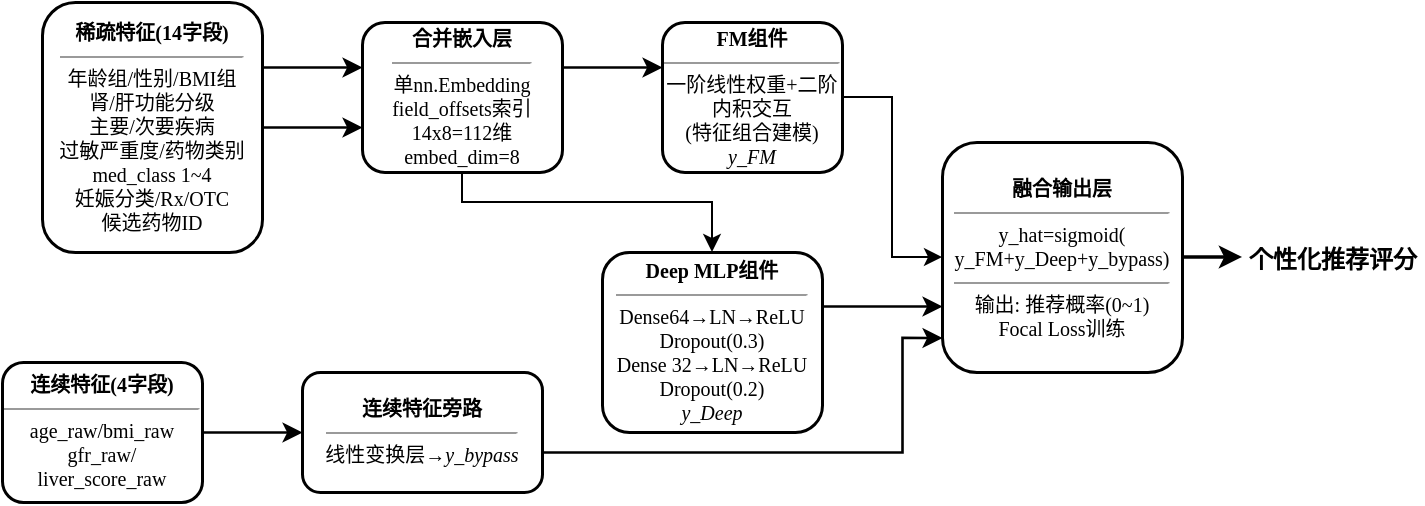
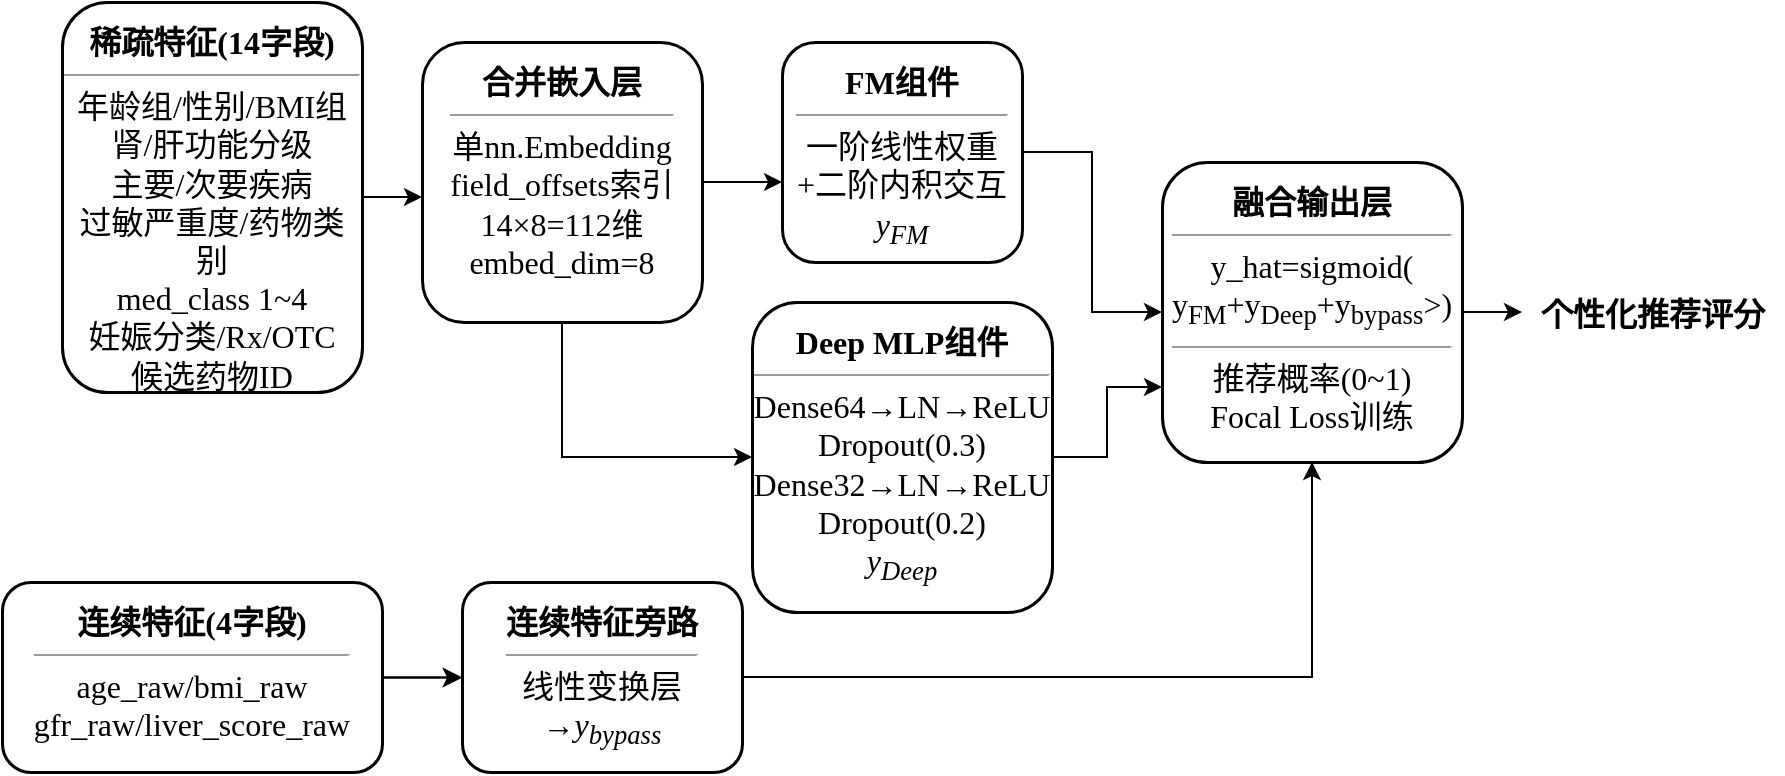
<mxfile host="Electron">
  <diagram name="DeepFM-Architecture" id="0">
-     <mxGraphModel dx="855" dy="548" grid="1" gridSize="10" guides="1" tooltips="1" connect="1" arrows="1" fold="1" page="1" pageScale="1" pageWidth="1100" pageHeight="420" background="#ffffff" math="0" shadow="0">
+     <mxGraphModel dx="1228" dy="781" grid="1" gridSize="10" guides="1" tooltips="1" connect="1" arrows="1" fold="1" page="1" pageScale="1" pageWidth="1100" pageHeight="480" background="#ffffff" math="0" shadow="0">
      <root>
        <mxCell id="0" />
        <mxCell id="1" parent="0" />
-         <mxCell id="sparse" parent="1" style="rounded=1;whiteSpace=wrap;html=1;fillColor=#ffffff;strokeColor=#000000;strokeWidth=1.5;fontSize=10;fontColor=#000000;align=center;" value="&lt;font face=&quot;SimHei&quot;&gt;&lt;b&gt;稀疏特征(14字段)&lt;/b&gt;&lt;/font&gt;&lt;hr size=&quot;1&quot;&gt;&lt;font face=&quot;SimHei&quot;&gt;年龄组/性别/BMI组&lt;br&gt;肾/肝功能分级&lt;br&gt;主要/次要疾病&lt;br&gt;过敏严重度/药物类别&lt;br&gt;med_class 1~4&lt;br&gt;妊娠分类/Rx/OTC&lt;br&gt;候选药物ID&lt;/font&gt;" vertex="1">
-           <mxGeometry height="125" width="110" x="70" y="70" as="geometry" />
-         </mxCell>
-         <mxCell id="d8uPi5ELxlBnZMpfGWXu-8" edge="1" parent="1" source="emb" style="edgeStyle=orthogonalEdgeStyle;rounded=0;orthogonalLoop=1;jettySize=auto;html=1;strokeColor=light-dark(#000000,#000000);" target="deep">
+         <mxCell id="SbaClca-6y742G3bcGGs-3" edge="1" parent="1" source="sparse" style="edgeStyle=orthogonalEdgeStyle;rounded=0;orthogonalLoop=1;jettySize=auto;html=1;strokeColor=light-dark(#000000,#000000);" target="emb" value="">
          <mxGeometry relative="1" as="geometry">
            <Array as="points">
-               <mxPoint x="280" y="170" />
-               <mxPoint x="405" y="170" />
+               <mxPoint x="210" y="118" />
+               <mxPoint x="210" y="118" />
            </Array>
          </mxGeometry>
        </mxCell>
-         <mxCell id="emb" parent="1" style="rounded=1;whiteSpace=wrap;html=1;fillColor=#ffffff;strokeColor=#000000;strokeWidth=1.5;fontSize=10;fontColor=#000000;align=center;" value="&lt;font face=&quot;SimHei&quot;&gt;&lt;b&gt;合并嵌入层&lt;/b&gt;&lt;/font&gt;&lt;hr size=&quot;1&quot;&gt;&lt;font face=&quot;SimHei&quot;&gt;单nn.Embedding&lt;br&gt;field_offsets索引&lt;br&gt;14x8=112维&lt;br&gt;embed_dim=8&lt;/font&gt;" vertex="1">
-           <mxGeometry height="75" width="100" x="230" y="80" as="geometry" />
+         <mxCell id="sparse" parent="1" style="rounded=1;whiteSpace=wrap;html=1;fillColor=#ffffff;strokeColor=#000000;strokeWidth=1.5;fontColor=#000000;align=center;verticalAlign=top;spacingTop=4;" value="&lt;font face=&quot;SimHei&quot; style=&quot;font-size: 16px;&quot;&gt;&lt;b&gt;稀疏特征(14字段)&lt;/b&gt;&lt;/font&gt;&lt;hr size=&quot;1&quot;&gt;&lt;font face=&quot;SimHei&quot; style=&quot;font-size: 16px;&quot;&gt;年龄组/性别/BMI组&lt;br&gt;肾/肝功能分级&lt;br&gt;主要/次要疾病&lt;br&gt;过敏严重度/药物类别&lt;br&gt;med_class 1~4&lt;br&gt;妊娠分类/Rx/OTC&lt;br&gt;候选药物ID&lt;/font&gt;" vertex="1">
+           <mxGeometry height="195" width="150" x="60" y="20" as="geometry" />
        </mxCell>
-         <mxCell id="d8uPi5ELxlBnZMpfGWXu-2" edge="1" parent="1" source="fm" style="edgeStyle=orthogonalEdgeStyle;rounded=0;orthogonalLoop=1;jettySize=auto;html=1;strokeColor=#000000;" target="output" value="">
+         <mxCell id="SbaClca-6y742G3bcGGs-1" edge="1" parent="1" source="emb" style="edgeStyle=orthogonalEdgeStyle;rounded=0;orthogonalLoop=1;jettySize=auto;html=1;exitX=0.5;exitY=1;exitDx=0;exitDy=0;entryX=0;entryY=0.5;entryDx=0;entryDy=0;strokeColor=#000000;" target="deep">
          <mxGeometry relative="1" as="geometry" />
        </mxCell>
-         <mxCell id="fm" parent="1" style="rounded=1;whiteSpace=wrap;html=1;fillColor=#ffffff;strokeColor=#000000;strokeWidth=1.5;fontSize=10;fontColor=#000000;align=center;" value="&lt;font face=&quot;SimHei&quot;&gt;&lt;b&gt;FM组件&lt;/b&gt;&lt;/font&gt;&lt;hr size=&quot;1&quot;&gt;&lt;font face=&quot;SimHei&quot;&gt;一阶线性权重+二阶内积交互&lt;br&gt;(特征组合建模)&lt;br&gt;&lt;i&gt;y_FM&lt;/i&gt;&lt;/font&gt;" vertex="1">
-           <mxGeometry height="75" width="90" x="380" y="80" as="geometry" />
-         </mxCell>
-         <mxCell id="deep" parent="1" style="rounded=1;whiteSpace=wrap;html=1;fillColor=#ffffff;strokeColor=#000000;strokeWidth=1.5;fontSize=10;fontColor=#000000;align=center;" value="&lt;font face=&quot;SimHei&quot;&gt;&lt;b&gt;Deep MLP组件&lt;/b&gt;&lt;/font&gt;&lt;hr size=&quot;1&quot;&gt;&lt;font face=&quot;SimHei&quot;&gt;Dense64→LN→ReLU&lt;br&gt;Dropout(0.3)&lt;br&gt;Dense 32→LN→ReLU&lt;br&gt;Dropout(0.2)&lt;br&gt;&lt;i&gt;y_Deep&lt;/i&gt;&lt;/font&gt;" vertex="1">
-           <mxGeometry height="90" width="110" x="350" y="195" as="geometry" />
-         </mxCell>
-         <mxCell id="dense" parent="1" style="rounded=1;whiteSpace=wrap;html=1;fillColor=#ffffff;strokeColor=#000000;strokeWidth=1.5;fontSize=10;fontColor=#000000;align=center;" value="&lt;font face=&quot;SimHei&quot;&gt;&lt;b&gt;连续特征(4字段)&lt;/b&gt;&lt;/font&gt;&lt;hr size=&quot;1&quot;&gt;&lt;font face=&quot;SimHei&quot;&gt;age_raw/bmi_raw&lt;br&gt;gfr_raw/ liver_score_raw&lt;/font&gt;" vertex="1">
-           <mxGeometry height="70" width="100" x="50" y="250" as="geometry" />
-         </mxCell>
-         <mxCell id="bypass" parent="1" style="rounded=1;whiteSpace=wrap;html=1;fillColor=#ffffff;strokeColor=#000000;strokeWidth=1.5;fontSize=10;fontColor=#000000;align=center;" value="&lt;font face=&quot;SimHei&quot;&gt;&lt;b&gt;连续特征旁路&lt;/b&gt;&lt;/font&gt;&lt;hr size=&quot;1&quot;&gt;&lt;font face=&quot;SimHei&quot;&gt;线性变换层→&lt;i&gt;y_bypass&lt;/i&gt;&lt;/font&gt;" vertex="1">
-           <mxGeometry height="60" width="120" x="200" y="255" as="geometry" />
-         </mxCell>
-         <mxCell id="output" parent="1" style="rounded=1;whiteSpace=wrap;html=1;fillColor=#ffffff;strokeColor=#000000;strokeWidth=1.5;fontSize=10;fontColor=#000000;align=center;" value="&lt;font face=&quot;SimHei&quot;&gt;&lt;b&gt;融合输出层&lt;/b&gt;&lt;/font&gt;&lt;hr size=&quot;1&quot;&gt;&lt;font face=&quot;SimHei&quot;&gt;y_hat=sigmoid(&lt;br&gt;  y_FM+y_Deep+y_bypass)&lt;/font&gt;&lt;hr size=&quot;1&quot;&gt;&lt;font face=&quot;SimHei&quot;&gt;输出: 推荐概率(0~1)&lt;br&gt;Focal Loss训练&lt;/font&gt;" vertex="1">
-           <mxGeometry height="115" width="120" x="520" y="140" as="geometry" />
-         </mxCell>
-         <mxCell id="pred" parent="1" style="text;html=1;fontSize=12;fontColor=#000000;align=center;" value="&lt;font face=&quot;SimHei&quot;&gt;&lt;b&gt;个性化推荐评分&lt;/b&gt;&lt;/font&gt;" vertex="1">
-           <mxGeometry height="25" width="90" x="670" y="185" as="geometry" />
-         </mxCell>
-         <mxCell id="e_s2e_2" edge="1" parent="1" source="sparse" style="edgeStyle=orthogonalEdgeStyle;rounded=0;orthogonalLoop=1;jettySize=auto;html=1;strokeColor=#000000;strokeWidth=1.3;exitX=1;exitY=0.5;exitDx=0;exitDy=0;entryX=0;entryY=0.7;entryDx=0;entryDy=0;" target="emb">
-           <mxGeometry relative="1" as="geometry" />
-         </mxCell>
-         <mxCell id="e_d2b" edge="1" parent="1" source="dense" style="edgeStyle=orthogonalEdgeStyle;rounded=0;orthogonalLoop=1;jettySize=auto;html=1;strokeColor=#000000;strokeWidth=1.3;exitX=1;exitY=0.5;exitDx=0;exitDy=0;entryX=0;entryY=0.5;entryDx=0;entryDy=0;" target="bypass">
-           <mxGeometry relative="1" as="geometry" />
-         </mxCell>
-         <mxCell id="e_e2f" edge="1" parent="1" source="emb" style="edgeStyle=orthogonalEdgeStyle;rounded=0;orthogonalLoop=1;jettySize=auto;html=1;strokeColor=#000000;strokeWidth=1.3;exitX=1;exitY=0.3;exitDx=0;exitDy=0;entryX=0;entryY=0.3;entryDx=0;entryDy=0;" target="fm">
-           <mxGeometry relative="1" as="geometry" />
-         </mxCell>
-         <mxCell id="e_s2e_1" edge="1" parent="1" source="sparse" style="edgeStyle=orthogonalEdgeStyle;rounded=0;orthogonalLoop=1;jettySize=auto;html=1;strokeColor=#000000;strokeWidth=1.3;exitX=1;exitY=0.26;exitDx=0;exitDy=0;entryX=0;entryY=0.3;entryDx=0;entryDy=0;" target="emb">
-           <mxGeometry relative="1" as="geometry" />
-         </mxCell>
-         <mxCell id="e_d2o" edge="1" parent="1" source="deep" style="edgeStyle=orthogonalEdgeStyle;rounded=0;orthogonalLoop=1;jettySize=auto;html=1;strokeColor=#000000;strokeWidth=1.3;exitX=1;exitY=0.3;exitDx=0;exitDy=0;entryX=0;entryY=0.713;entryDx=0;entryDy=0;" target="output">
-           <mxGeometry relative="1" as="geometry" />
-         </mxCell>
-         <mxCell id="e_b2o" edge="1" parent="1" source="bypass" style="edgeStyle=orthogonalEdgeStyle;rounded=0;orthogonalLoop=1;jettySize=auto;html=1;strokeColor=#000000;strokeWidth=1.3;exitX=1;exitY=0.5;exitDx=0;exitDy=0;entryX=0;entryY=0.85;entryDx=0;entryDy=0;" target="output">
+         <mxCell id="SbaClca-6y742G3bcGGs-4" edge="1" parent="1" source="emb" style="edgeStyle=orthogonalEdgeStyle;rounded=0;orthogonalLoop=1;jettySize=auto;html=1;strokeColor=#000000;" target="fm" value="">
          <mxGeometry relative="1" as="geometry">
            <Array as="points">
-               <mxPoint x="320" y="295" />
-               <mxPoint x="500" y="295" />
-               <mxPoint x="500" y="238" />
+               <mxPoint x="410" y="110" />
+               <mxPoint x="410" y="110" />
            </Array>
          </mxGeometry>
        </mxCell>
-         <mxCell id="e_o2p" edge="1" parent="1" source="output" style="edgeStyle=orthogonalEdgeStyle;rounded=0;orthogonalLoop=1;jettySize=auto;html=1;strokeColor=#000000;strokeWidth=1.8;exitX=1;exitY=0.5;exitDx=0;exitDy=0;entryX=0;entryY=0.5;entryDx=0;entryDy=0;endArrow=classic;endFill=1;" target="pred">
+         <mxCell id="emb" parent="1" style="rounded=1;whiteSpace=wrap;html=1;fillColor=#ffffff;strokeColor=light-dark(#000000,#000000);strokeWidth=1.5;fontColor=#000000;align=center;verticalAlign=top;spacingTop=4;" value="&lt;font face=&quot;SimHei&quot; style=&quot;font-size: 16px;&quot;&gt;&lt;b&gt;合并嵌入层&lt;/b&gt;&lt;/font&gt;&lt;hr size=&quot;1&quot;&gt;&lt;font face=&quot;SimHei&quot; style=&quot;font-size: 16px;&quot;&gt;单nn.Embedding&lt;br&gt;field_offsets索引&lt;br&gt;14×8=112维&lt;br&gt;embed_dim=8&lt;/font&gt;" vertex="1">
+           <mxGeometry height="140" width="140" x="240" y="40" as="geometry" />
+         </mxCell>
+         <mxCell id="SbaClca-6y742G3bcGGs-6" edge="1" parent="1" source="fm" style="edgeStyle=orthogonalEdgeStyle;rounded=0;orthogonalLoop=1;jettySize=auto;html=1;entryX=0;entryY=0.5;entryDx=0;entryDy=0;strokeColor=#000000;" target="output">
+           <mxGeometry relative="1" as="geometry" />
+         </mxCell>
+         <mxCell id="fm" parent="1" style="rounded=1;whiteSpace=wrap;html=1;fillColor=#ffffff;strokeColor=#000000;strokeWidth=1.5;fontColor=#000000;align=center;verticalAlign=top;spacingTop=4;" value="&lt;font face=&quot;SimHei&quot; style=&quot;font-size: 16px;&quot;&gt;&lt;b&gt;FM组件&lt;/b&gt;&lt;/font&gt;&lt;hr size=&quot;1&quot;&gt;&lt;font face=&quot;SimHei&quot; style=&quot;font-size: 16px;&quot;&gt;一阶线性权重&lt;br&gt;+二阶内积交互&lt;br&gt;&lt;i style=&quot;&quot;&gt;y&lt;sub style=&quot;&quot;&gt;FM&lt;/sub&gt;&lt;/i&gt;&lt;/font&gt;" vertex="1">
+           <mxGeometry height="110" width="120" x="420" y="40" as="geometry" />
+         </mxCell>
+         <mxCell id="SbaClca-6y742G3bcGGs-11" edge="1" parent="1" source="deep" style="edgeStyle=orthogonalEdgeStyle;rounded=0;orthogonalLoop=1;jettySize=auto;html=1;entryX=0;entryY=0.75;entryDx=0;entryDy=0;strokeColor=#000000;" target="output">
+           <mxGeometry relative="1" as="geometry" />
+         </mxCell>
+         <mxCell id="deep" parent="1" style="rounded=1;whiteSpace=wrap;html=1;fillColor=#ffffff;strokeColor=#000000;strokeWidth=1.5;fontColor=#000000;align=center;verticalAlign=top;spacingTop=4;" value="&lt;font face=&quot;SimHei&quot; style=&quot;font-size: 16px;&quot;&gt;&lt;b&gt;Deep MLP组件&lt;/b&gt;&lt;/font&gt;&lt;hr size=&quot;1&quot;&gt;&lt;font face=&quot;SimHei&quot; style=&quot;font-size: 16px;&quot;&gt;Dense64→LN→ReLU&lt;br&gt;Dropout(0.3)&lt;br&gt;Dense32→LN→ReLU&lt;br&gt;Dropout(0.2)&lt;br&gt;&lt;i style=&quot;&quot;&gt;y&lt;sub style=&quot;&quot;&gt;Deep&lt;/sub&gt;&lt;/i&gt;&lt;/font&gt;" vertex="1">
+           <mxGeometry height="155" width="150" x="405" y="170" as="geometry" />
+         </mxCell>
+         <mxCell id="dense" parent="1" style="rounded=1;whiteSpace=wrap;html=1;fillColor=#ffffff;strokeColor=#000000;strokeWidth=1.5;fontColor=#000000;align=center;verticalAlign=top;spacingTop=4;" value="&lt;font face=&quot;SimHei&quot; style=&quot;font-size: 16px;&quot;&gt;&lt;b&gt;连续特征(4字段)&lt;/b&gt;&lt;/font&gt;&lt;hr size=&quot;1&quot;&gt;&lt;font style=&quot;font-size: 16px;&quot;&gt;&lt;font face=&quot;SimHei&quot; style=&quot;&quot;&gt;age_raw/bmi_raw&lt;br&gt;gfr_raw/liver_score_ra&lt;/font&gt;&lt;font face=&quot;SimHei&quot; style=&quot;&quot;&gt;w&lt;/font&gt;&lt;/font&gt;" vertex="1">
+           <mxGeometry height="95" width="190" x="30" y="310" as="geometry" />
+         </mxCell>
+         <mxCell id="SbaClca-6y742G3bcGGs-7" edge="1" parent="1" source="bypass" style="edgeStyle=orthogonalEdgeStyle;rounded=0;orthogonalLoop=1;jettySize=auto;html=1;entryX=0.5;entryY=1;entryDx=0;entryDy=0;strokeColor=#000000;" target="output">
+           <mxGeometry relative="1" as="geometry" />
+         </mxCell>
+         <mxCell id="bypass" parent="1" style="rounded=1;whiteSpace=wrap;html=1;fillColor=#ffffff;strokeColor=#000000;strokeWidth=1.5;fontColor=#000000;align=center;verticalAlign=top;spacingTop=4;" value="&lt;font face=&quot;SimHei&quot; style=&quot;font-size: 16px;&quot;&gt;&lt;b&gt;连续特征旁路&lt;/b&gt;&lt;/font&gt;&lt;hr size=&quot;1&quot;&gt;&lt;font face=&quot;SimHei&quot; style=&quot;font-size: 16px;&quot;&gt;线性变换层&lt;br&gt;→&lt;i style=&quot;&quot;&gt;y&lt;sub style=&quot;&quot;&gt;bypass&lt;/sub&gt;&lt;/i&gt;&lt;/font&gt;" vertex="1">
+           <mxGeometry height="95" width="140" x="260" y="310" as="geometry" />
+         </mxCell>
+         <mxCell id="SbaClca-6y742G3bcGGs-9" edge="1" parent="1" source="output" style="edgeStyle=orthogonalEdgeStyle;rounded=0;orthogonalLoop=1;jettySize=auto;html=1;strokeColor=#000000;" target="pred">
+           <mxGeometry relative="1" as="geometry" />
+         </mxCell>
+         <mxCell id="output" parent="1" style="rounded=1;whiteSpace=wrap;html=1;fillColor=#ffffff;strokeColor=#000000;strokeWidth=1.5;fontColor=#000000;align=center;verticalAlign=top;spacingTop=4;" value="&lt;font face=&quot;SimHei&quot; style=&quot;font-size: 16px;&quot;&gt;&lt;b&gt;融合输出层&lt;/b&gt;&lt;/font&gt;&lt;hr size=&quot;1&quot;&gt;&lt;font face=&quot;SimHei&quot; style=&quot;font-size: 16px;&quot;&gt;y_hat=sigmoid(&lt;br&gt;y&lt;sub style=&quot;&quot;&gt;FM&lt;/sub&gt;+y&lt;sub style=&quot;&quot;&gt;Deep&lt;/sub&gt;+y&lt;sub style=&quot;&quot;&gt;bypass&lt;/sub&gt;&gt;)&lt;/font&gt;&lt;hr size=&quot;1&quot;&gt;&lt;font face=&quot;SimHei&quot; style=&quot;font-size: 16px;&quot;&gt;推荐概率(0~1)&lt;br&gt;Focal Loss训练&lt;/font&gt;" vertex="1">
+           <mxGeometry height="150" width="150" x="610" y="100" as="geometry" />
+         </mxCell>
+         <mxCell id="pred" parent="1" style="text;html=1;fontSize=16;fontColor=#000000;align=center;" value="&lt;font face=&quot;SimHei&quot;&gt;&lt;b&gt;个性化推荐评分&lt;/b&gt;&lt;/font&gt;" vertex="1">
+           <mxGeometry height="30" width="130" x="790" y="160" as="geometry" />
+         </mxCell>
+         <mxCell id="e_d2b" edge="1" parent="1" source="dense" style="endArrow=classic;endFill=1;html=1;strokeColor=#000000;strokeWidth=1.3;exitX=1;exitY=0.5;exitDx=0;exitDy=0;entryX=0;entryY=0.5;entryDx=0;entryDy=0;" target="bypass">
          <mxGeometry relative="1" as="geometry" />
        </mxCell>
      </root>
    </mxGraphModel>
  </diagram>
</mxfile>
